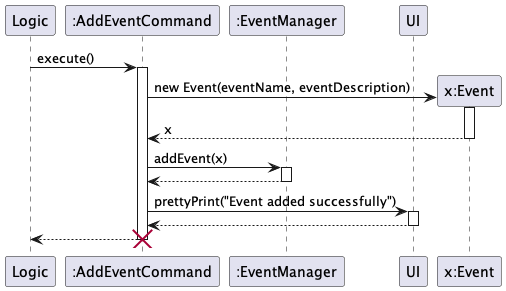
Above: docs/images/executeAddEventCommand.png in JianJiaT/tp (PlantUML), before the change.
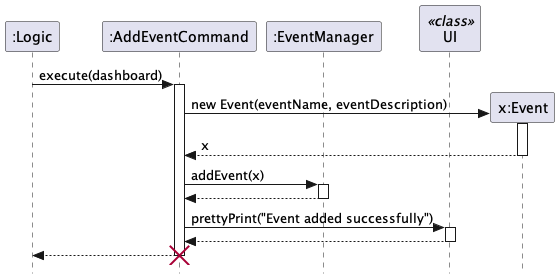
Above is the later version.

What changed in the source:
```diff
@@ -1,10 +1,12 @@
 @startuml
-participant Logic
+skinparam Style strictuml
+
+participant ":Logic" AS Logic
 participant ":AddEventCommand" AS AddEventCommand
 participant ":EventManager" AS EventManager
-participant UI
+participant UI <<class>>
 
-Logic -> AddEventCommand : execute()
+Logic -> AddEventCommand : execute(dashboard)
 activate AddEventCommand
 create "x:Event" as Event
 AddEventCommand -> Event: new Event(eventName, eventDescription)
```
